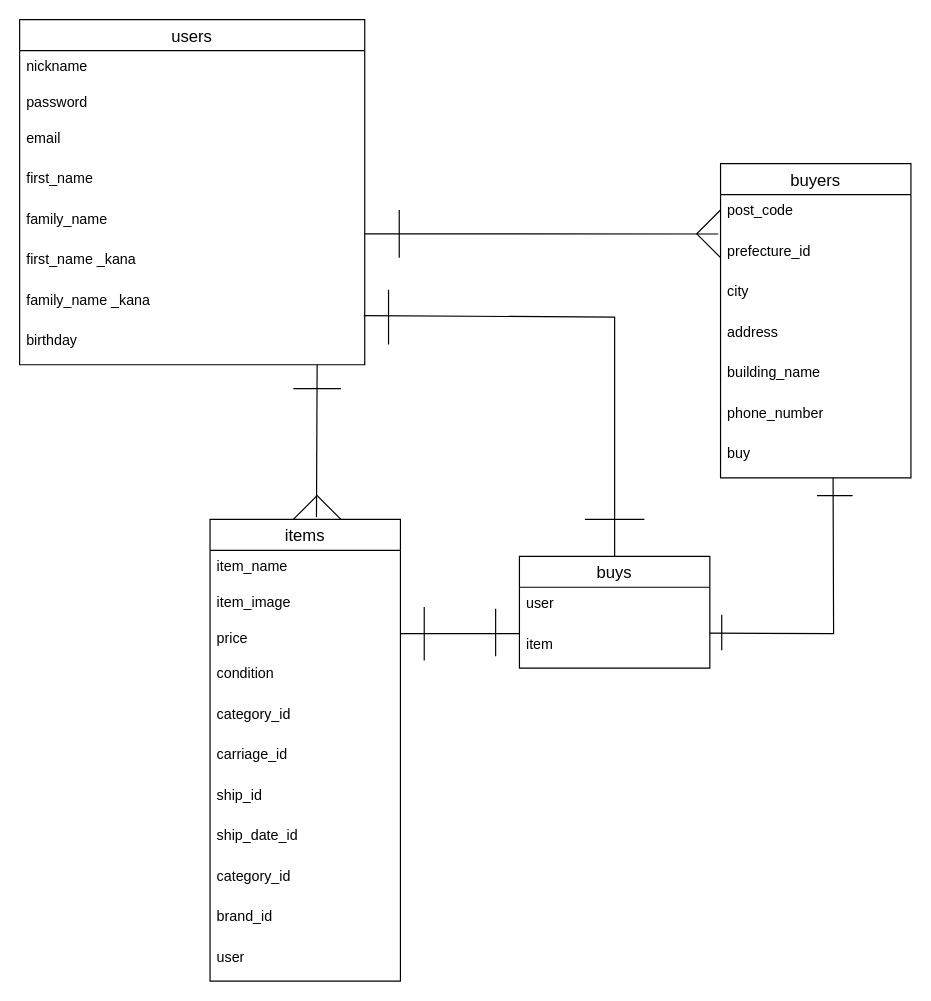
Earlier version of the draw.io diagram page "ページ1" (1 of 2) of furima.dio (Ishibashi-naoki1/furima-35187). Source tidied: cells renumbered, new cells numbered last; positions are measured from the earlier drawing's top-left corner, leaving out a move shared by most shapes. Both pictures are drawn from the tidied source at 119%, with x=0, y=0 at pixel (19, 19).
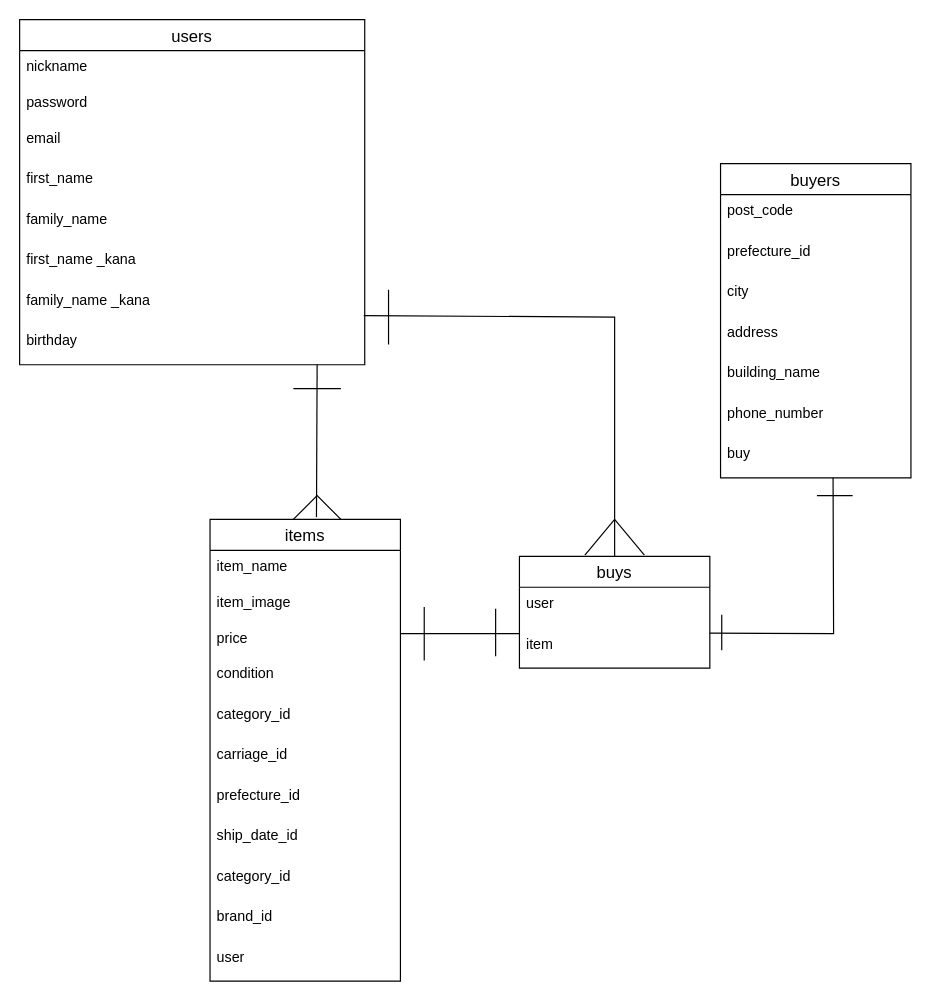
Above is the later version.

Unchanged cells that the change refers to:
```xml
<mxCell id="12" value="items" style="swimlane;fontStyle=0;horizontal=1;startSize=26;align=center;fontSize=14;" parent="1" vertex="1">
  <mxGeometry x="160" y="420" width="160" height="388" as="geometry" />
</mxCell>
<mxCell id="26" value="prefecture_id" style="text;strokeColor=none;fillColor=none;spacingLeft=4;spacingRight=4;overflow=hidden;points=[[0,0.5],[1,0.5]];portConstraint=eastwest;fontSize=12;" parent="24" vertex="1">
  <mxGeometry y="60" width="160" height="34" as="geometry" />
</mxCell>
```

The edit, as a diff of the source:
```diff
@@
-    <mxCell id="19" value="ship_id" style="text;strokeColor=none;fillColor=none;spacingLeft=4;spacingRight=4;overflow=hidden;fontSize=12;" parent="12" vertex="1">
-      <mxGeometry y="218" width="160" height="34" as="geometry" />
-    </mxCell>
+    <mxCell id="49" value="prefecture_id" style="text;strokeColor=none;fillColor=none;spacingLeft=4;spacingRight=4;overflow=hidden;fontSize=12;" parent="12" vertex="1">
+      <mxGeometry y="218" width="160" height="34" as="geometry" />
+    </mxCell>
@@
-    <mxCell id="36" style="endArrow=none;html=1;rounded=0;entryX=-0.012;entryY=-0.025;entryDx=0;entryDy=0;entryPerimeter=0;" parent="1" edge="1" target="26">
-      <mxGeometry relative="1" as="geometry">
-        <mxPoint x="290" y="180" as="sourcePoint" />
-        <Array as="points">
-          <mxPoint x="340" y="180" />
-          <mxPoint x="420" y="180" />
-        </Array>
-      </mxGeometry>
-    </mxCell>
-    <mxCell id="37" style="endArrow=none;html=1;rounded=0;" parent="1" edge="1">
-      <mxGeometry relative="1" as="geometry">
-        <mxPoint x="319" y="200" as="sourcePoint" />
-        <mxPoint x="319" y="160" as="targetPoint" />
-        <Array as="points">
-          <mxPoint x="319" y="180" />
-        </Array>
-      </mxGeometry>
-    </mxCell>
-    <mxCell id="38" style="endArrow=none;html=1;rounded=0;" parent="1" edge="1">
-      <mxGeometry relative="1" as="geometry">
-        <mxPoint x="589" y="200" as="sourcePoint" />
-        <mxPoint x="589" y="160" as="targetPoint" />
-        <Array as="points">
-          <mxPoint x="569" y="180" />
-        </Array>
-      </mxGeometry>
-    </mxCell>
@@
     <mxCell id="40" style="endArrow=none;html=1;rounded=0;" parent="1" edge="1">
       <mxGeometry relative="1" as="geometry">
-        <mxPoint x="475" y="420" as="sourcePoint" />
-        <mxPoint x="525" y="420" as="targetPoint" />
+        <mxPoint x="475" y="450" as="sourcePoint" />
+        <mxPoint x="525" y="450" as="targetPoint" />
         <Array as="points">
-          <mxPoint x="490.4" y="420" />
+          <mxPoint x="500" y="420" />
         </Array>
       </mxGeometry>
     </mxCell>
```
